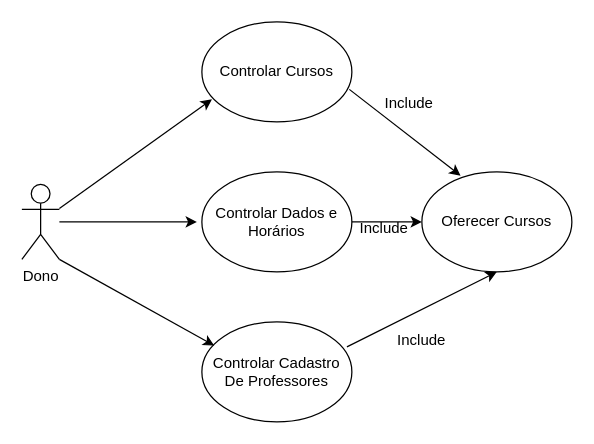
Above: SextaTarefa.drawio in ArcanjoDaGuarda/AnjoProjetos (draw.io), before the change. Source tidied: cells renumbered, new cells numbered last; positions are measured from the earlier drawing's top-left corner, leaving out a move shared by most shapes. Both pictures are drawn from the tidied source at 125%, with x=0, y=0 at pixel (21, 21).
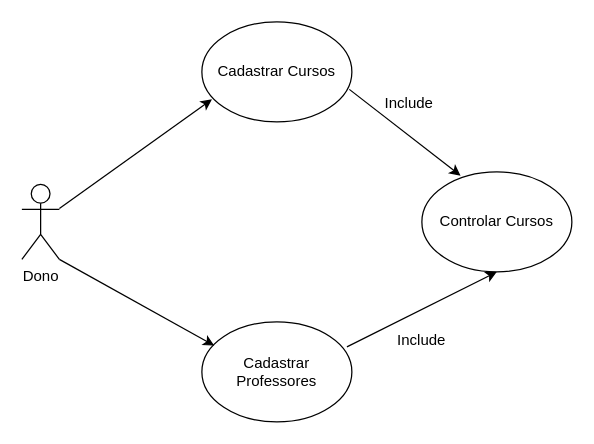
The same diagram, later.

Change to the diagram source:
```diff
@@
 <mxGraphModel>
   <root>
     <mxCell id="0" />
     <mxCell id="1" parent="0" />
     <mxCell id="2" value="Dono" style="shape=umlActor;verticalLabelPosition=bottom;verticalAlign=top;html=1;outlineConnect=0;" parent="1" vertex="1">
       <mxGeometry y="130" width="30" height="60" as="geometry" />
     </mxCell>
-    <mxCell id="3" value="Controlar Cursos" style="ellipse;whiteSpace=wrap;html=1;" parent="1" vertex="1">
+    <mxCell id="3" value="Cadastrar Cursos" style="ellipse;whiteSpace=wrap;html=1;" parent="1" vertex="1">
       <mxGeometry x="144" width="120" height="80" as="geometry" />
     </mxCell>
-    <mxCell id="4" value="Controlar Cadastro De Professores" style="ellipse;whiteSpace=wrap;html=1;" parent="1" vertex="1">
+    <mxCell id="4" value="Cadastrar Professores" style="ellipse;whiteSpace=wrap;html=1;" parent="1" vertex="1">
       <mxGeometry x="144" y="240" width="120" height="80" as="geometry" />
     </mxCell>
-    <mxCell id="5" value="Controlar Dados e Horários" style="ellipse;whiteSpace=wrap;html=1;" parent="1" vertex="1">
-      <mxGeometry x="144" y="120" width="120" height="80" as="geometry" />
-    </mxCell>
-    <mxCell id="6" value="Oferecer Cursos" style="ellipse;whiteSpace=wrap;html=1;" parent="1" vertex="1">
+    <mxCell id="6" value="Controlar Cursos" style="ellipse;whiteSpace=wrap;html=1;" parent="1" vertex="1">
       <mxGeometry x="320" y="120" width="120" height="80" as="geometry" />
     </mxCell>
     <mxCell id="7" style="endArrow=classic;html=1;rounded=0;entryX=0.067;entryY=0.775;entryDx=0;entryDy=0;entryPerimeter=0;" parent="1" edge="1" source="2" target="3">
       <mxGeometry relative="1" as="geometry" />
     </mxCell>
-    <mxCell id="8" style="endArrow=classic;html=1;rounded=0;" parent="1" edge="1" source="2">
-      <mxGeometry relative="1" as="geometry">
-        <mxPoint x="140" y="160" as="targetPoint" />
-      </mxGeometry>
-    </mxCell>
     <mxCell id="9" style="endArrow=classic;html=1;rounded=0;exitX=1;exitY=1;exitDx=0;exitDy=0;exitPerimeter=0;entryX=0.083;entryY=0.238;entryDx=0;entryDy=0;entryPerimeter=0;" parent="1" edge="1" source="2" target="4">
       <mxGeometry relative="1" as="geometry" />
     </mxCell>
     <mxCell id="10" style="endArrow=classic;html=1;rounded=0;entryX=0.5;entryY=1;entryDx=0;entryDy=0;exitX=0.967;exitY=0.25;exitDx=0;exitDy=0;exitPerimeter=0;" parent="1" edge="1" source="4" target="6">
       <mxGeometry relative="1" as="geometry" />
     </mxCell>
     <mxCell id="11" style="endArrow=classic;html=1;rounded=0;entryX=0.258;entryY=0.038;entryDx=0;entryDy=0;entryPerimeter=0;exitX=0.983;exitY=0.675;exitDx=0;exitDy=0;exitPerimeter=0;" parent="1" edge="1" source="3" target="6">
       <mxGeometry relative="1" as="geometry" />
     </mxCell>
-    <mxCell id="12" style="endArrow=classic;html=1;rounded=0;entryX=0;entryY=0.5;entryDx=0;entryDy=0;exitX=1;exitY=0.5;exitDx=0;exitDy=0;" parent="1" edge="1" source="5" target="6">
-      <mxGeometry relative="1" as="geometry" />
-    </mxCell>
     <mxCell id="13" value="Include" style="text;html=1;strokeColor=none;fillColor=none;align=center;verticalAlign=middle;whiteSpace=wrap;rounded=0;" parent="1" vertex="1">
       <mxGeometry x="280" y="50" width="60" height="30" as="geometry" />
     </mxCell>
-    <mxCell id="14" value="Include" style="text;html=1;strokeColor=none;fillColor=none;align=center;verticalAlign=middle;whiteSpace=wrap;rounded=0;" parent="1" vertex="1">
-      <mxGeometry x="260" y="150" width="60" height="30" as="geometry" />
-    </mxCell>
     <mxCell id="15" value="Include" style="text;html=1;strokeColor=none;fillColor=none;align=center;verticalAlign=middle;whiteSpace=wrap;rounded=0;" parent="1" vertex="1">
       <mxGeometry x="290" y="240" width="60" height="30" as="geometry" />
     </mxCell>
   </root>
 </mxGraphModel>
```
